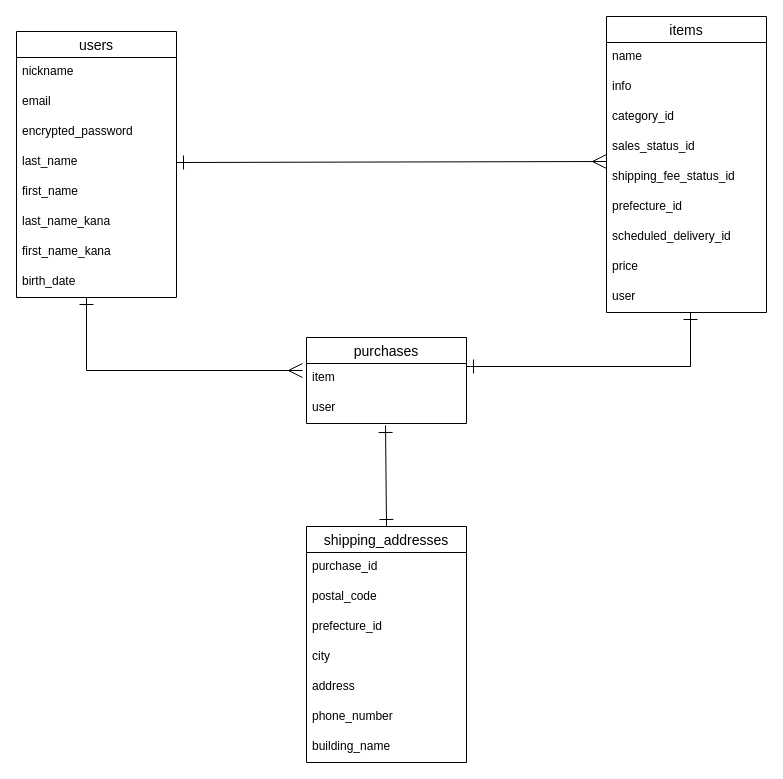
Earlier version of the draw.io diagram db_blueprint.dio (Yo-Kaminagi0913/furima-41676). Source tidied: cells renumbered, new cells numbered last; positions are measured from the earlier drawing's top-left corner, leaving out a move shared by most shapes. Both pictures are drawn from the tidied source at 100%, with x=0, y=0 at pixel (16, 16).
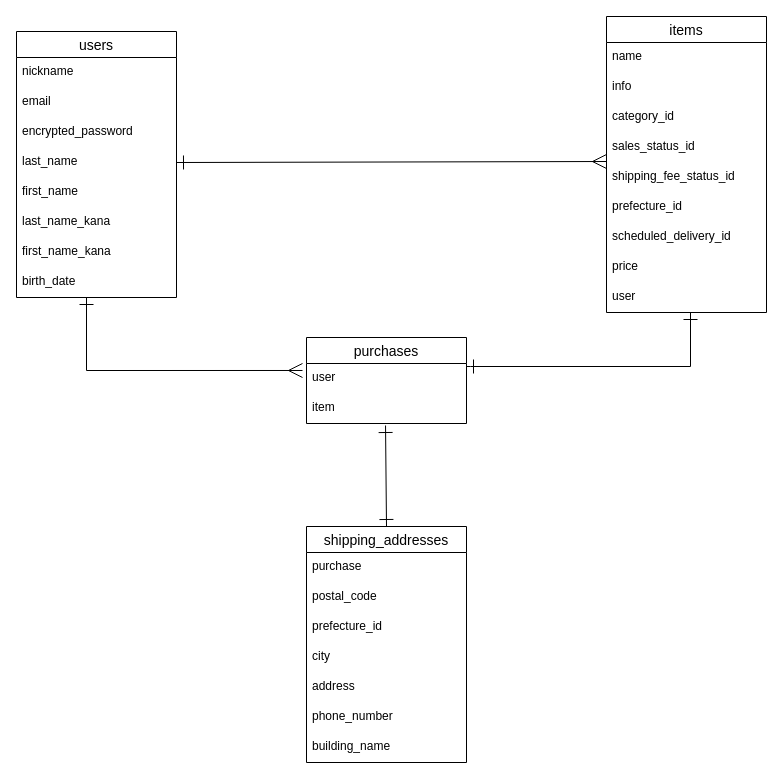
The same page after the edit.

Commit message:
ER図の追加修正

Unchanged cells that the change refers to:
```xml
<mxCell id="21" value="purchases" style="swimlane;fontStyle=0;horizontal=1;startSize=26;align=center;fontSize=14;" parent="1" vertex="1">
  <mxGeometry x="290" y="321" width="160" height="86" as="geometry" />
</mxCell>
<mxCell id="25" value="shipping_addresses" style="swimlane;fontStyle=0;horizontal=1;startSize=26;align=center;fontSize=14;" parent="1" vertex="1">
  <mxGeometry x="290" y="510" width="160" height="236" as="geometry" />
</mxCell>
```

Diff of the diagram source:
```diff
@@
-    <mxCell id="22" value="item" style="text;strokeColor=none;fillColor=none;spacingLeft=4;spacingRight=4;overflow=hidden;points=[[0,0.5],[1,0.5]];portConstraint=eastwest;fontSize=12;" parent="21" vertex="1">
+    <mxCell id="22" value="user" style="text;strokeColor=none;fillColor=none;spacingLeft=4;spacingRight=4;overflow=hidden;points=[[0,0.5],[1,0.5]];portConstraint=eastwest;fontSize=12;" parent="21" vertex="1">
       <mxGeometry y="26" width="160" height="30" as="geometry" />
     </mxCell>
-    <mxCell id="23" value="user" style="text;strokeColor=none;fillColor=none;spacingLeft=4;spacingRight=4;overflow=hidden;points=[[0,0.5],[1,0.5]];portConstraint=eastwest;fontSize=12;" parent="21" vertex="1">
+    <mxCell id="23" value="item" style="text;strokeColor=none;fillColor=none;spacingLeft=4;spacingRight=4;overflow=hidden;points=[[0,0.5],[1,0.5]];portConstraint=eastwest;fontSize=12;" parent="21" vertex="1">
       <mxGeometry y="56" width="160" height="30" as="geometry" />
     </mxCell>
@@
-    <mxCell id="26" value="purchase_id" style="text;strokeColor=none;fillColor=none;spacingLeft=4;spacingRight=4;overflow=hidden;fontSize=12;" parent="25" vertex="1">
+    <mxCell id="26" value="purchase" style="text;strokeColor=none;fillColor=none;spacingLeft=4;spacingRight=4;overflow=hidden;fontSize=12;" parent="25" vertex="1">
       <mxGeometry y="26" width="160" height="30" as="geometry" />
     </mxCell>
```
